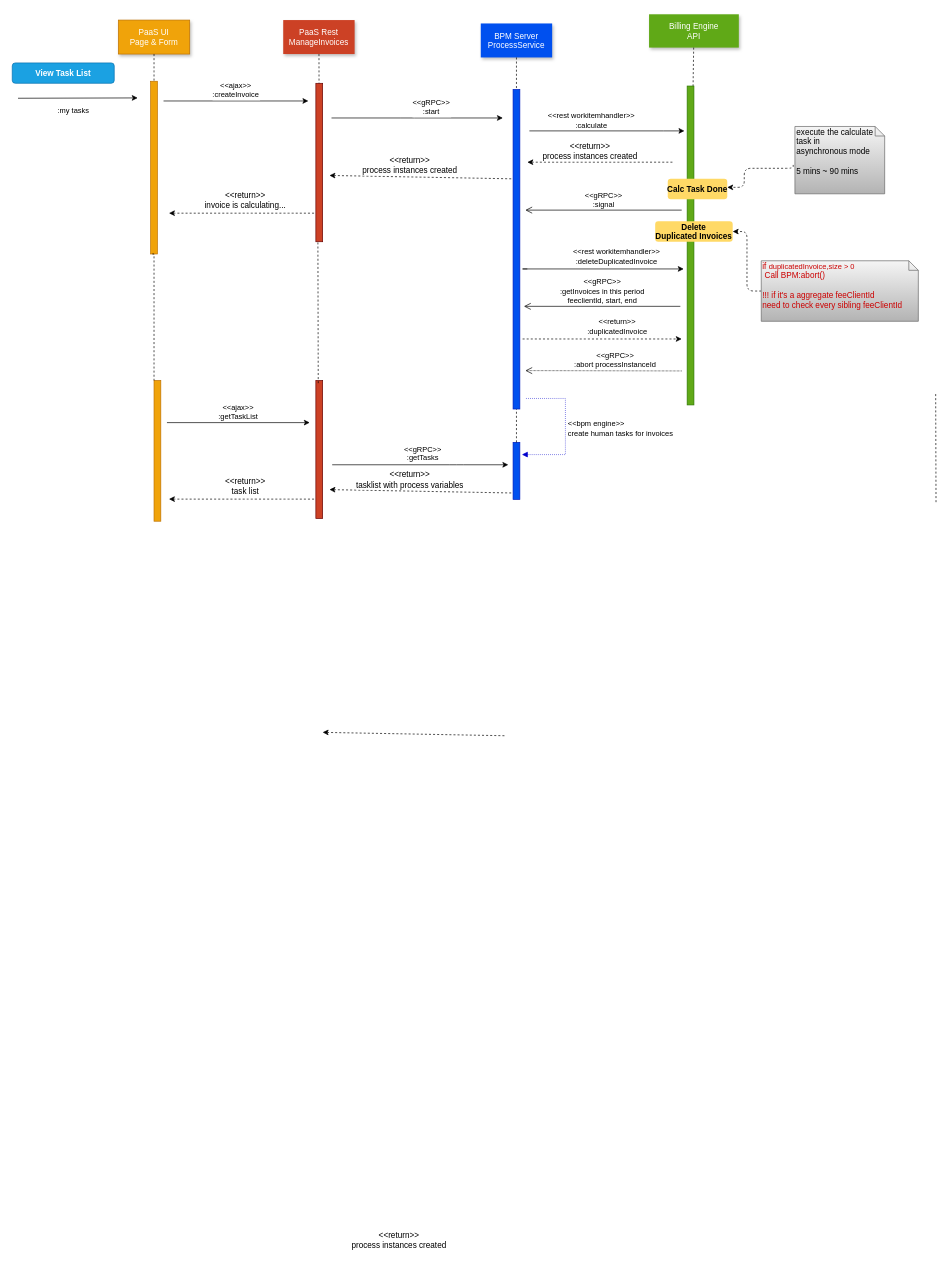
The draw.io diagram code/Seq_task_operation.drawio in meadlai/java8, before the edit. Source tidied: cells renumbered, new cells numbered last; positions are measured from the earlier drawing's top-left corner, leaving out a move shared by most shapes. Both pictures are drawn from the tidied source at 68%, with x=0, y=0 at pixel (12, 14).
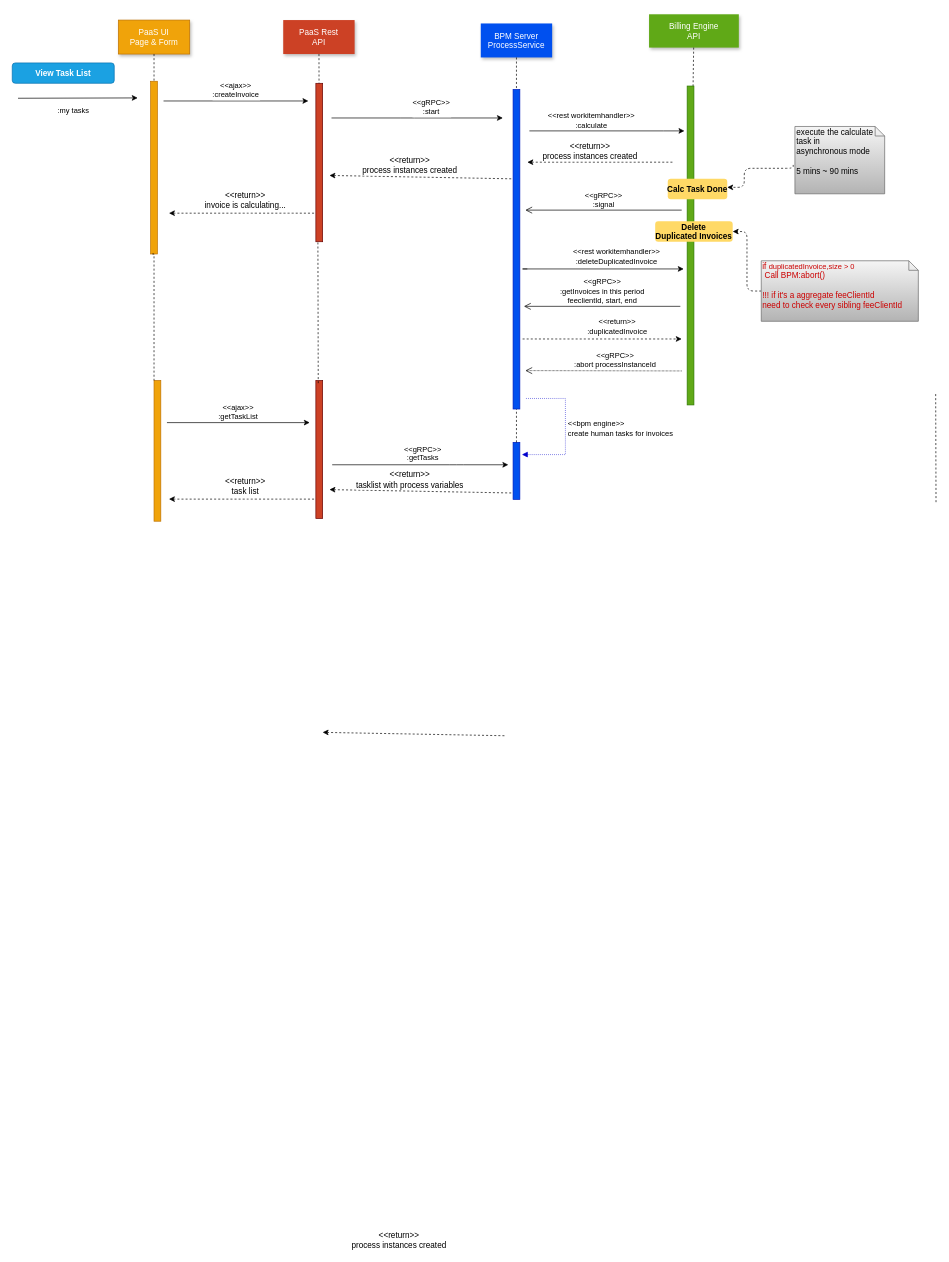
The same page after the edit.

The edit, as a diff of the source:
```diff
@@
-    <mxCell id="6" value="PaaS Rest&#10;ManageInvoices" style="shadow=1;fillColor=#CC4125;strokeColor=none;fontColor=#FFFFFF;" parent="1" vertex="1">
+    <mxCell id="6" value="PaaS Rest&#10;API" style="shadow=1;fillColor=#CC4125;strokeColor=none;fontColor=#FFFFFF;" parent="1" vertex="1">
       <mxGeometry x="399" y="8" width="105" height="50" as="geometry" />
     </mxCell>
```
